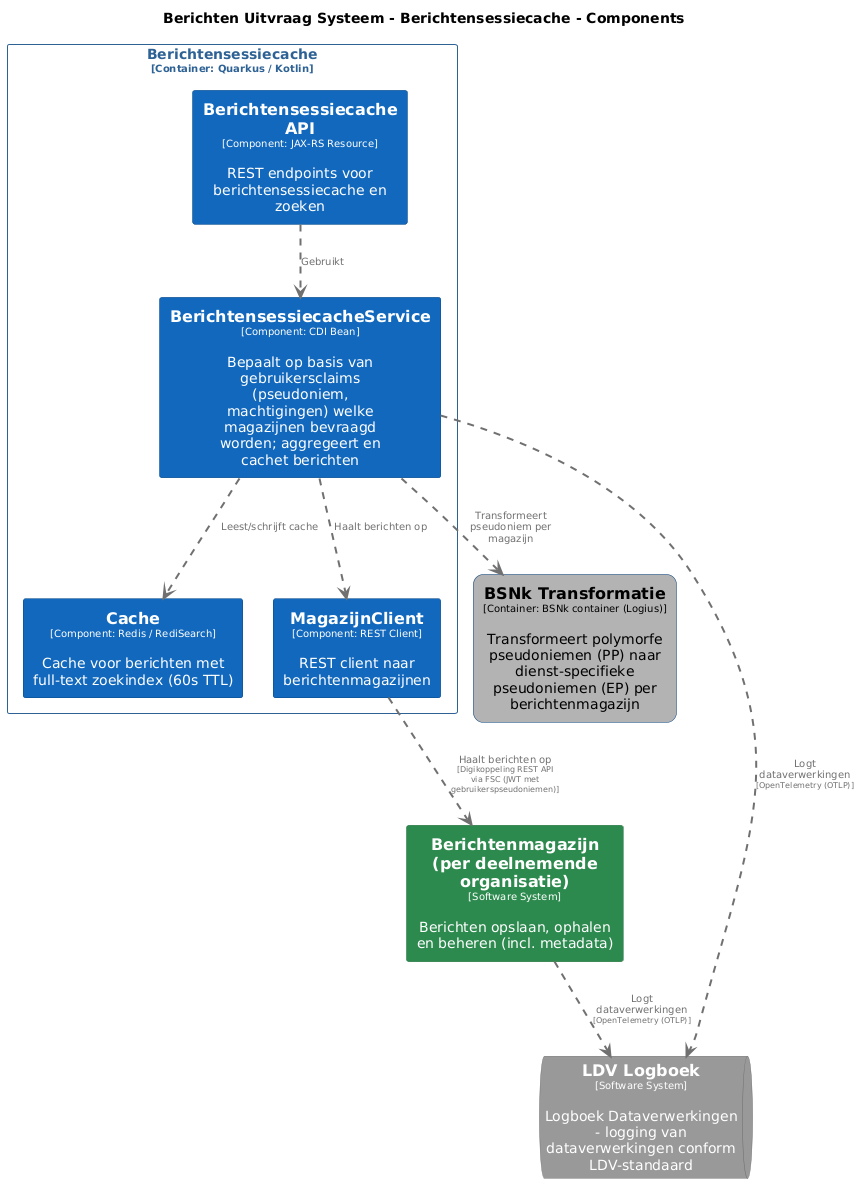
The PlantUML diagram pr-preview/pr-22/master/png/BerichtensessiecacheComponenten.png in MinBZK/moza-poc-fbs-berichtenbox, before a commit.
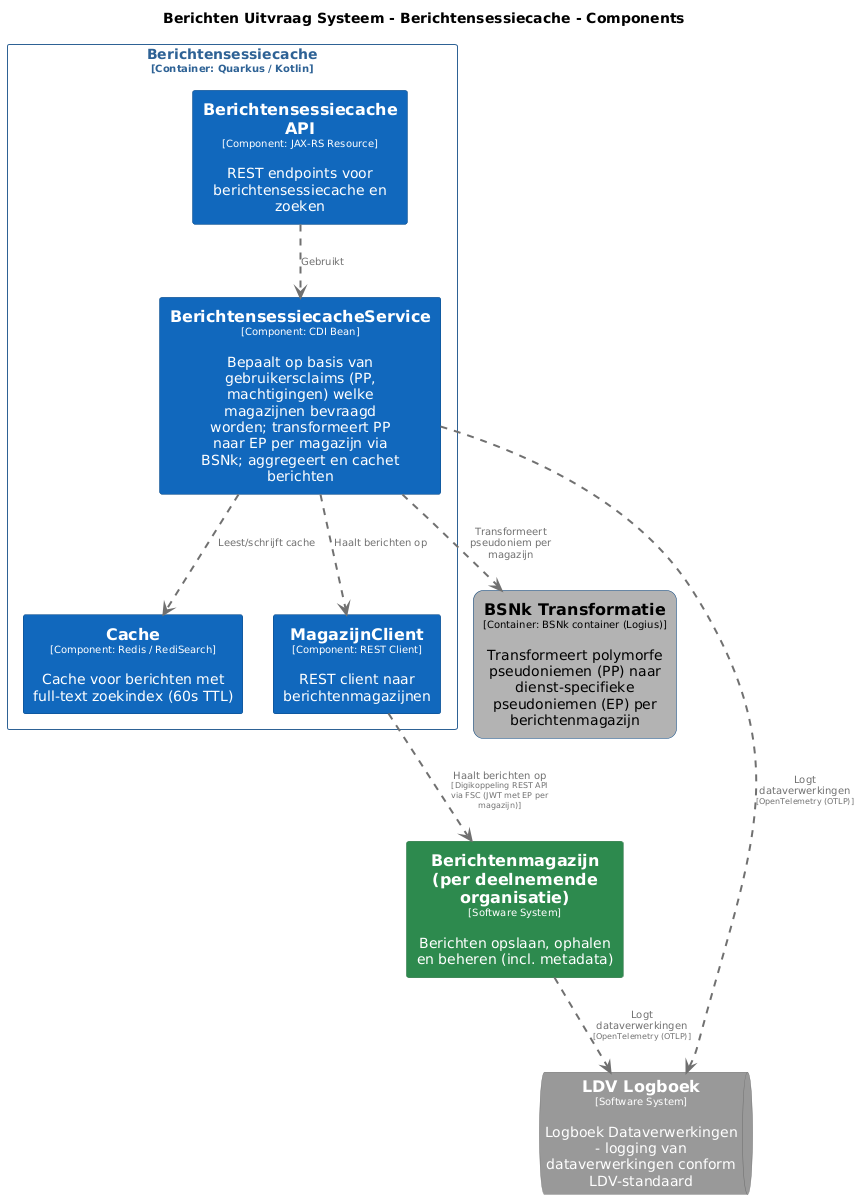
The same file after the commit.

The edit, as a diff of the source:
```diff
@@ -70,7 +70,7 @@
 
 rectangle "Berichtensessiecache\n<size:10>[Container: Quarkus / Kotlin]</size>" <<BerichtenUitvraagSysteem.Berichtensessiecache>> {
   rectangle "==Berichtensessiecache API\n<size:10>[Component: JAX-RS Resource]</size>\n\nREST endpoints voor berichtensessiecache en zoeken" <<BerichtenUitvraagSysteem.Berichtensessiecache.BerichtensessiecacheAPI>> as BerichtenUitvraagSysteem.Berichtensessiecache.BerichtensessiecacheAPI
-  rectangle "==BerichtensessiecacheService\n<size:10>[Component: CDI Bean]</size>\n\nBepaalt op basis van gebruikersclaims (pseudoniem, machtigingen) welke magazijnen bevraagd worden; aggregeert en cachet berichten" <<BerichtenUitvraagSysteem.Berichtensessiecache.BerichtensessiecacheService>> as BerichtenUitvraagSysteem.Berichtensessiecache.BerichtensessiecacheService
+  rectangle "==BerichtensessiecacheService\n<size:10>[Component: CDI Bean]</size>\n\nBepaalt op basis van gebruikersclaims (PP, machtigingen) welke magazijnen bevraagd worden; transformeert PP naar EP per magazijn via BSNk; aggregeert en cachet berichten" <<BerichtenUitvraagSysteem.Berichtensessiecache.BerichtensessiecacheService>> as BerichtenUitvraagSysteem.Berichtensessiecache.BerichtensessiecacheService
   rectangle "==Cache\n<size:10>[Component: Redis / RediSearch]</size>\n\nCache voor berichten met full-text zoekindex (60s TTL)" <<BerichtenUitvraagSysteem.Berichtensessiecache.Cache>> as BerichtenUitvraagSysteem.Berichtensessiecache.Cache
   rectangle "==MagazijnClient\n<size:10>[Component: REST Client]</size>\n\nREST client naar berichtenmagazijnen" <<BerichtenUitvraagSysteem.Berichtensessiecache.MagazijnClient>> as BerichtenUitvraagSysteem.Berichtensessiecache.MagazijnClient
 }
@@ -81,5 +81,5 @@
 BerichtenUitvraagSysteem.Berichtensessiecache.BerichtensessiecacheService .[#707070,thickness=2].> BerichtenUitvraagSysteem.Berichtensessiecache.Cache : "<color:#707070>Leest/schrijft cache"
 BerichtenUitvraagSysteem.Berichtensessiecache.BerichtensessiecacheService .[#707070,thickness=2].> BerichtenUitvraagSysteem.Berichtensessiecache.MagazijnClient : "<color:#707070>Haalt berichten op"
 BerichtenUitvraagSysteem.Berichtensessiecache.BerichtensessiecacheService .[#707070,thickness=2].> BerichtenUitvraagSysteem.BSNkTransformatie : "<color:#707070>Transformeert pseudoniem per magazijn"
-BerichtenUitvraagSysteem.Berichtensessiecache.MagazijnClient .[#707070,thickness=2].> Berichtenmagazijnperdeelnemendeorganisatie : "<color:#707070>Haalt berichten op\n<color:#707070><size:8>[Digikoppeling REST API via FSC (JWT met gebruikerspseudoniemen)]</size>"
+BerichtenUitvraagSysteem.Berichtensessiecache.MagazijnClient .[#707070,thickness=2].> Berichtenmagazijnperdeelnemendeorganisatie : "<color:#707070>Haalt berichten op\n<color:#707070><size:8>[Digikoppeling REST API via FSC (JWT met EP per magazijn)]</size>"
 @enduml
```
